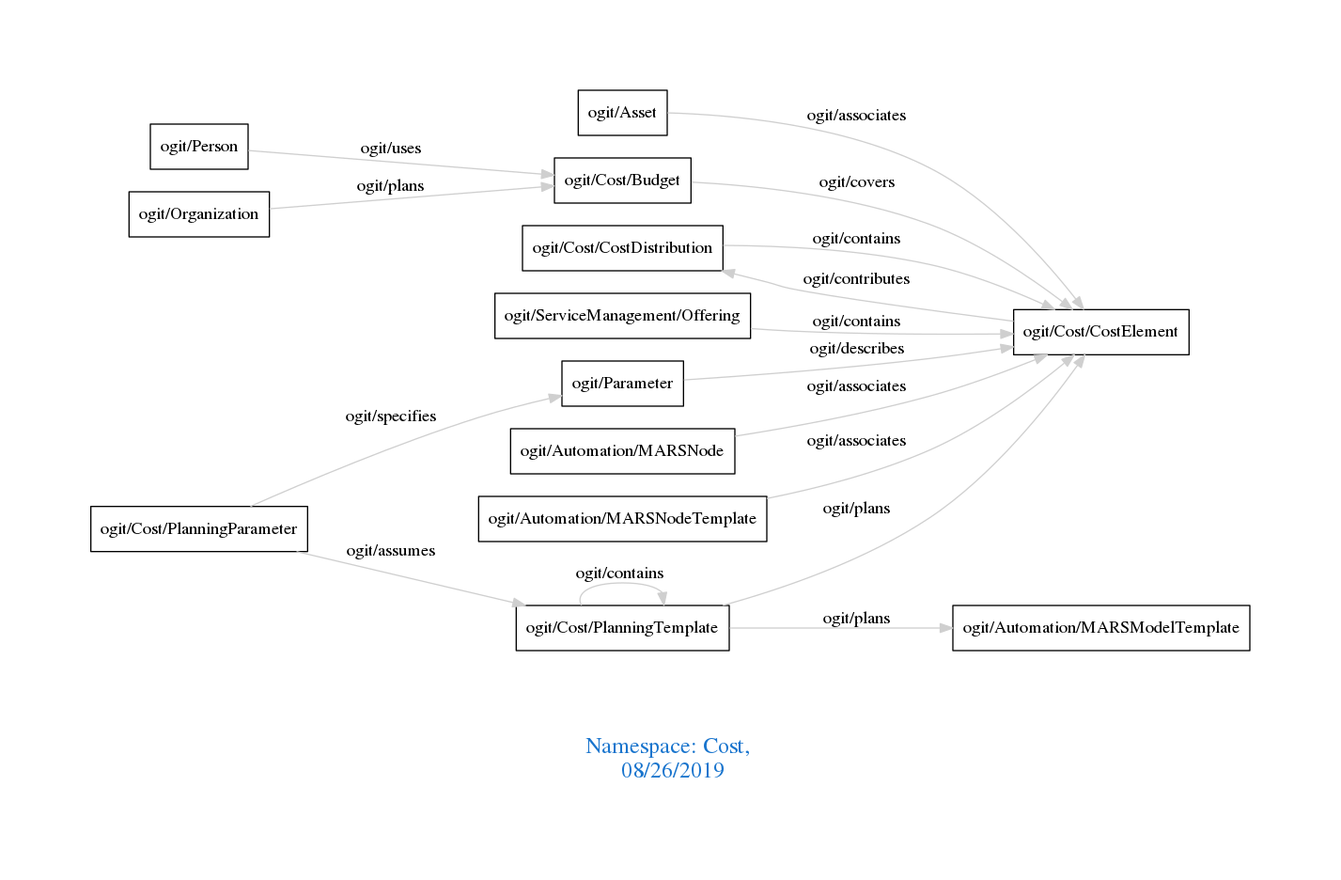
arago/OGIT keeps this Graphviz diagram as downloads/Cost.png. Above is the earlier version. Its source is kept beside it as downloads/Cost.dot.
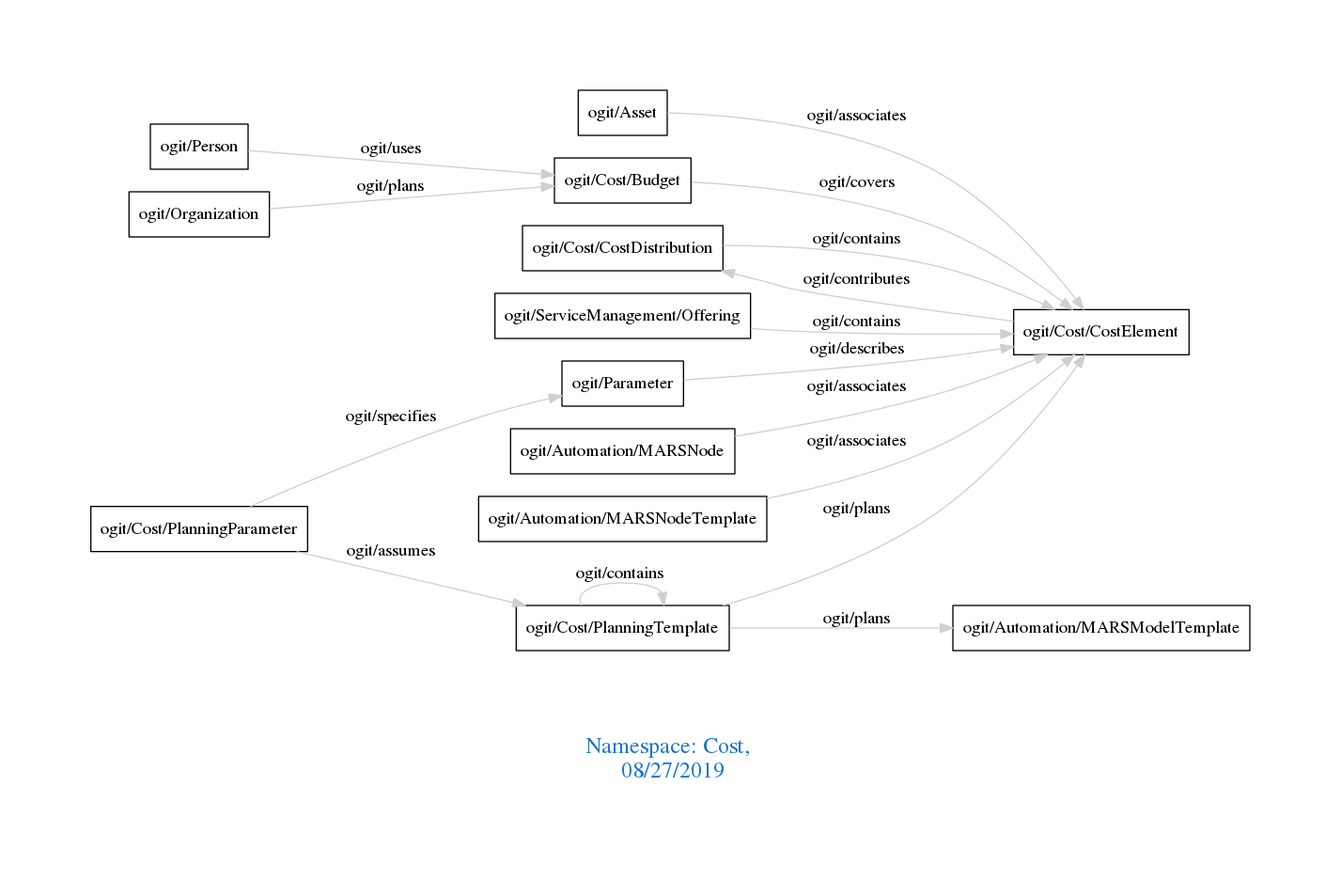
The same diagram one commit later.

Change to the diagram source:
```diff
@@ -1,7 +1,7 @@
 digraph OGIT_ontology {
  graph [ rankdir= LR,pad=1
 fontsize = 18,
-fontcolor= dodgerblue3,label = "\n\n\nNamespace: Cost, \n 08/26/2019"];
+fontcolor= dodgerblue3,label = "\n\n\nNamespace: Cost, \n 08/27/2019"];
 node[shape=polygon];
 edge [  color="gray81"];
 
```
